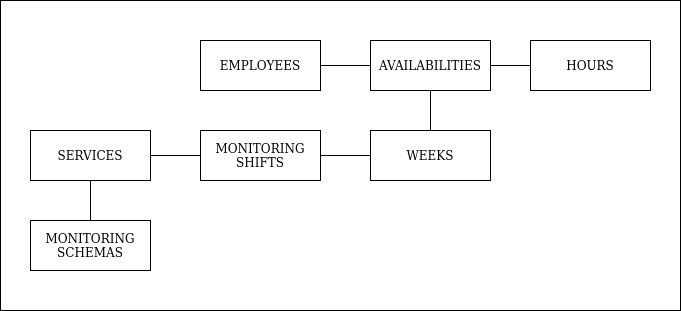
Before: public/diagram.png, a diagram exported from draw.io (matipacheco/maas-backend). Source tidied: cells renumbered, new cells last; positions are measured from the earlier drawing's top-left corner, leaving out a move shared by most shapes.
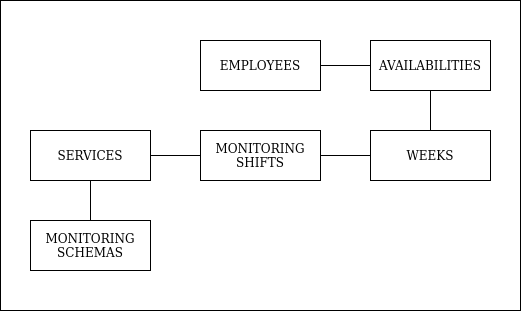
The same diagram one commit later.

Change to the diagram source:
```diff
@@ -3,7 +3,7 @@
     <mxCell id="0" />
     <mxCell id="1" parent="0" />
     <mxCell id="2" style="rounded=0;whiteSpace=wrap;html=1;" parent="1" vertex="1">
-      <mxGeometry width="680" height="310" as="geometry" />
+      <mxGeometry width="520" height="310" as="geometry" />
     </mxCell>
     <mxCell id="3" value="&lt;div&gt;EMPLOYEES&lt;/div&gt;" style="rounded=0;whiteSpace=wrap;html=1;" parent="1" vertex="1">
       <mxGeometry x="200" y="40" width="120" height="50" as="geometry" />
@@ -32,17 +32,11 @@
     <mxCell id="11" value="AVAILABILITIES" style="rounded=0;whiteSpace=wrap;html=1;" parent="1" vertex="1">
       <mxGeometry x="370" y="40" width="120" height="50" as="geometry" />
     </mxCell>
-    <mxCell id="12" value="HOURS" style="rounded=0;whiteSpace=wrap;html=1;" parent="1" vertex="1">
-      <mxGeometry x="530" y="40" width="120" height="50" as="geometry" />
+    <mxCell id="12" style="endArrow=none;html=1;entryX=0.5;entryY=1;entryDx=0;entryDy=0;exitX=0.5;exitY=0;exitDx=0;exitDy=0;" parent="1" edge="1" source="5" target="11">
+      <mxGeometry relative="1" as="geometry" />
     </mxCell>
-    <mxCell id="13" style="endArrow=none;html=1;entryX=0.5;entryY=1;entryDx=0;entryDy=0;exitX=0.5;exitY=0;exitDx=0;exitDy=0;" parent="1" edge="1" source="5" target="11">
+    <mxCell id="13" style="endArrow=none;html=1;entryX=1;entryY=0.5;entryDx=0;entryDy=0;" parent="1" edge="1" source="11" target="3">
       <mxGeometry relative="1" as="geometry" />
     </mxCell>
-    <mxCell id="14" style="endArrow=none;html=1;entryX=1;entryY=0.5;entryDx=0;entryDy=0;" parent="1" edge="1" source="11" target="3">
-      <mxGeometry relative="1" as="geometry" />
-    </mxCell>
-    <mxCell id="15" style="endArrow=none;html=1;entryX=0;entryY=0.5;entryDx=0;entryDy=0;exitX=1;exitY=0.5;exitDx=0;exitDy=0;" parent="1" edge="1" source="11" target="12">
-      <mxGeometry relative="1" as="geometry" />
-    </mxCell>
   </root>
 </mxGraphModel>
```
